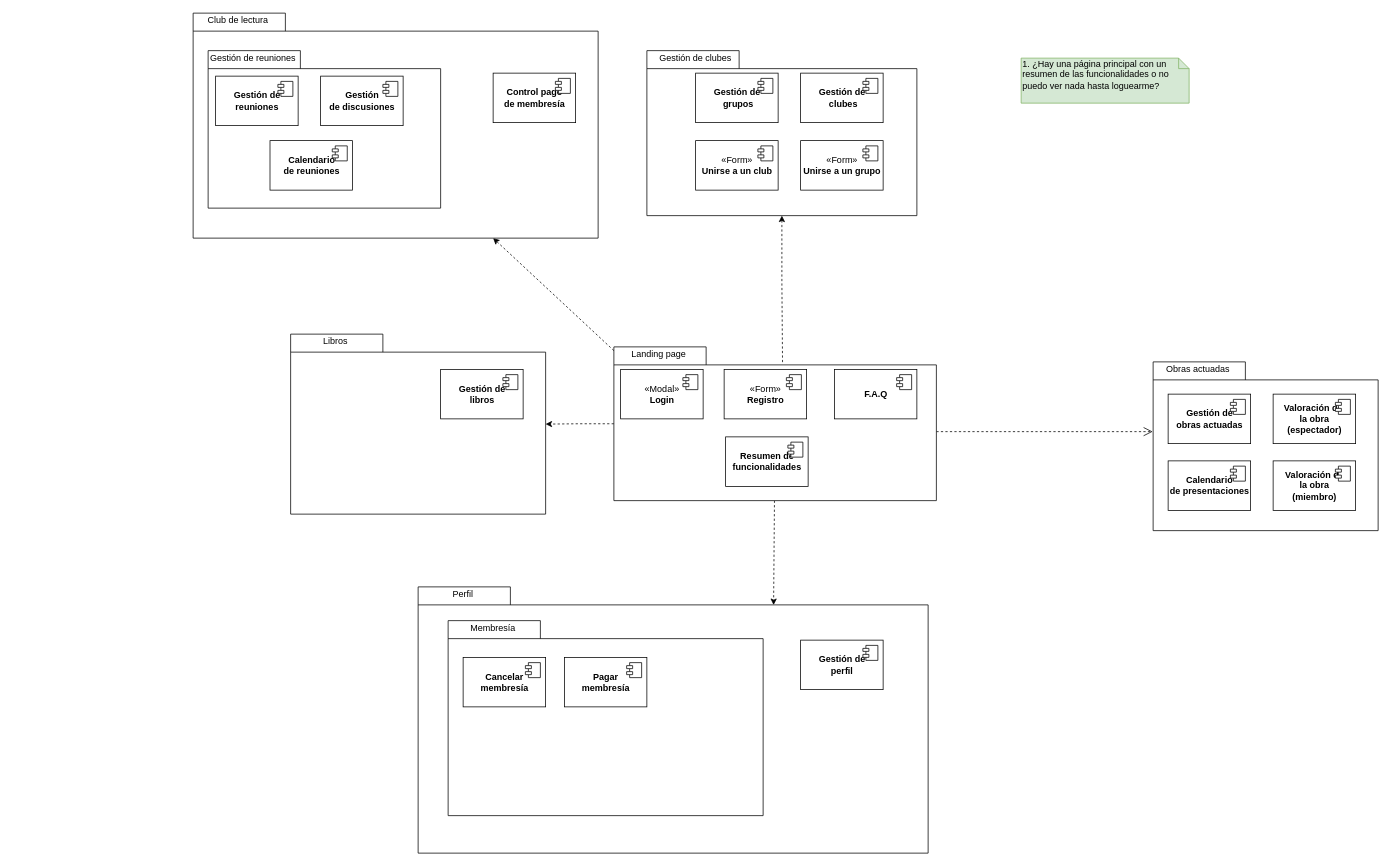
This is DB I/RC Components.drawio from NeutronBlast/IS-Ex, a draw.io file, before an edit. Source tidied: cells renumbered, new cells numbered last; positions are measured from the earlier drawing's top-left corner, leaving out a move shared by most shapes. Both pictures are drawn from the tidied source at 75%, with x=0, y=0 at pixel (193, 13).
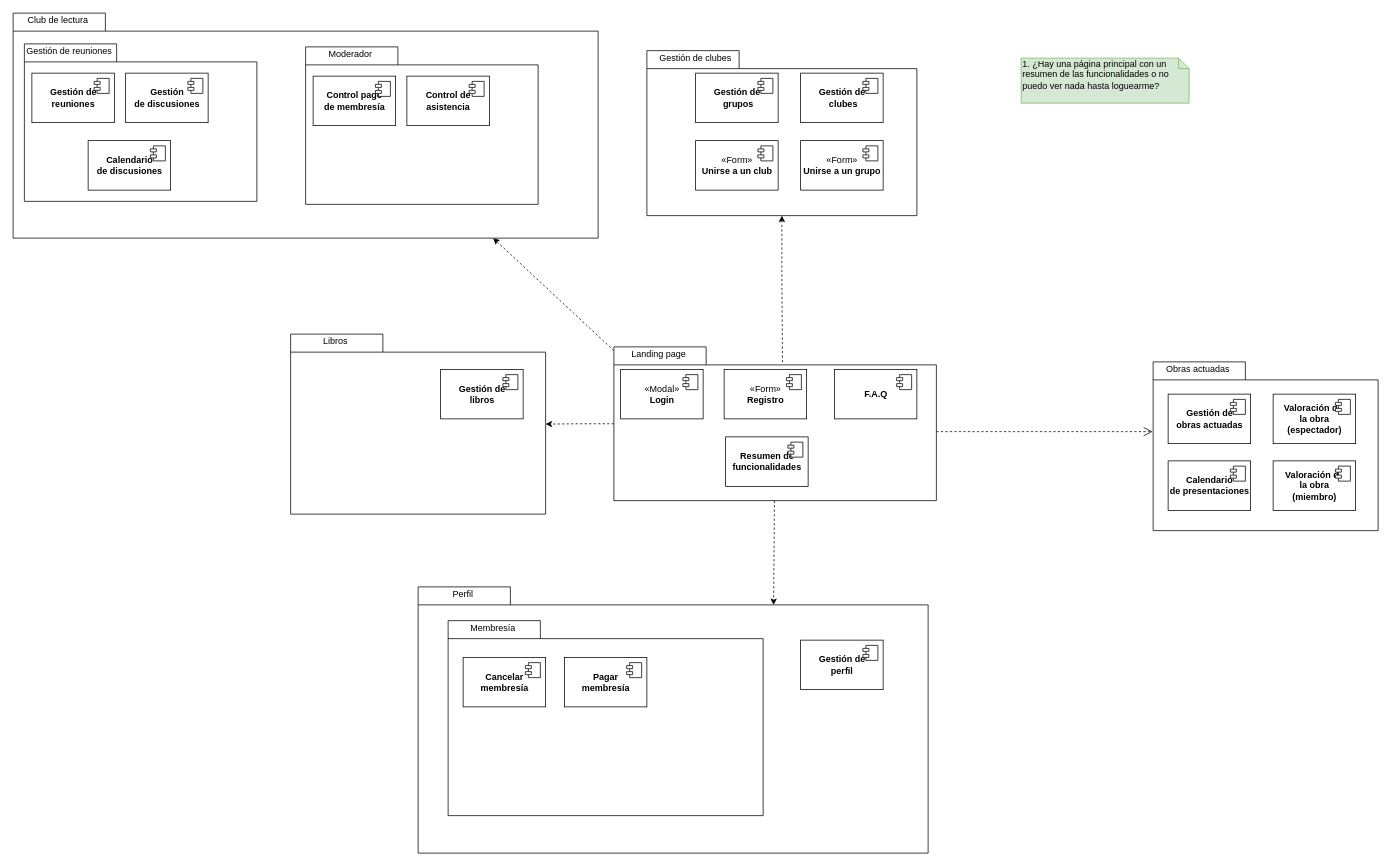
Above is the later version.

Commit message:
otra vez maelo ruiz

The edit, as a diff of the source:
```diff
@@
     <mxCell id="52" style="shape=folder;fontStyle=1;spacingTop=10;tabWidth=123;tabHeight=24;tabPosition=left;html=1;rounded=0;shadow=0;comic=0;labelBackgroundColor=none;strokeColor=#000000;strokeWidth=1;fillColor=#ffffff;fontFamily=Verdana;fontSize=10;fontColor=#000000;align=center;" parent="1" vertex="1">
-      <mxGeometry width="540" height="300" as="geometry" />
+      <mxGeometry x="-240" width="780" height="300" as="geometry" />
     </mxCell>
     <mxCell id="53" value="Club de lectura" style="text;html=1;strokeColor=none;fillColor=none;align=center;verticalAlign=middle;whiteSpace=wrap;rounded=0;" parent="1" vertex="1">
-      <mxGeometry width="120" height="20" as="geometry" />
+      <mxGeometry x="-240" width="120" height="20" as="geometry" />
     </mxCell>
     <mxCell id="54" style="shape=folder;fontStyle=1;spacingTop=10;tabWidth=123;tabHeight=24;tabPosition=left;html=1;rounded=0;shadow=0;comic=0;labelBackgroundColor=none;strokeColor=#000000;strokeWidth=1;fillColor=#ffffff;fontFamily=Verdana;fontSize=10;fontColor=#000000;align=center;" parent="1" vertex="1">
-      <mxGeometry x="20" y="50" width="310" height="210" as="geometry" />
+      <mxGeometry x="-225" y="41" width="310" height="210" as="geometry" />
     </mxCell>
     <mxCell id="55" value="Gestión de reuniones" style="text;html=1;strokeColor=none;fillColor=none;align=center;verticalAlign=middle;whiteSpace=wrap;rounded=0;" parent="1" vertex="1">
-      <mxGeometry x="20" y="50" width="120" height="20" as="geometry" />
+      <mxGeometry x="-225" y="41" width="120" height="20" as="geometry" />
     </mxCell>
     <mxCell id="56" value="&lt;b&gt;Gestión de &lt;br&gt;reuniones&lt;/b&gt;" style="html=1;" parent="1" vertex="1">
-      <mxGeometry x="30" y="84" width="110" height="66" as="geometry" />
+      <mxGeometry x="-215" y="80" width="110" height="66" as="geometry" />
     </mxCell>
@@
     <mxCell id="58" value="&lt;b&gt;Gestión &lt;br&gt;de discusiones&lt;/b&gt;" style="html=1;" parent="1" vertex="1">
-      <mxGeometry x="170" y="84" width="110" height="66" as="geometry" />
+      <mxGeometry x="-90" y="80" width="110" height="66" as="geometry" />
     </mxCell>
@@
-    <mxCell id="60" value="&lt;b&gt;Control pago &lt;br&gt;de membresía&lt;/b&gt;" style="html=1;" parent="1" vertex="1">
-      <mxGeometry x="400" y="80" width="110" height="66" as="geometry" />
-    </mxCell>
-    <mxCell id="61" style="shape=component;jettyWidth=8;jettyHeight=4;" parent="60" vertex="1">
-      <mxGeometry x="1" width="20" height="20" relative="1" as="geometry">
-        <mxPoint x="-27" y="7" as="offset" />
-      </mxGeometry>
-    </mxCell>
-    <mxCell id="62" value="&lt;b&gt;Calendario &lt;br&gt;de reuniones&lt;/b&gt;" style="html=1;" parent="1" vertex="1">
-      <mxGeometry x="102.5" y="170" width="110" height="66" as="geometry" />
+    <mxCell id="62" value="&lt;b&gt;Calendario &lt;br&gt;de discusiones&lt;/b&gt;" style="html=1;" parent="1" vertex="1">
+      <mxGeometry x="-140" y="170" width="110" height="66" as="geometry" />
     </mxCell>
@@
+    <mxCell id="64" style="shape=folder;fontStyle=1;spacingTop=10;tabWidth=123;tabHeight=24;tabPosition=left;html=1;rounded=0;shadow=0;comic=0;labelBackgroundColor=none;strokeColor=#000000;strokeWidth=1;fillColor=#ffffff;fontFamily=Verdana;fontSize=10;fontColor=#000000;align=center;" parent="1" vertex="1">
+      <mxGeometry x="150" y="45" width="310" height="210" as="geometry" />
+    </mxCell>
+    <mxCell id="65" value="Moderador" style="text;html=1;strokeColor=none;fillColor=none;align=center;verticalAlign=middle;whiteSpace=wrap;rounded=0;" parent="1" vertex="1">
+      <mxGeometry x="150" y="45" width="120" height="20" as="geometry" />
+    </mxCell>
+    <mxCell id="60" value="&lt;b&gt;Control pago &lt;br&gt;de membresía&lt;/b&gt;" style="html=1;" parent="1" vertex="1">
+      <mxGeometry x="160" y="84" width="110" height="66" as="geometry" />
+    </mxCell>
+    <mxCell id="66" style="shape=component;jettyWidth=8;jettyHeight=4;" parent="60" vertex="1">
+      <mxGeometry x="1" width="20" height="20" relative="1" as="geometry">
+        <mxPoint x="-27" y="7" as="offset" />
+      </mxGeometry>
+    </mxCell>
+    <mxCell id="67" value="&lt;b&gt;Control de &lt;br&gt;asistencia&lt;/b&gt;" style="html=1;" parent="1" vertex="1">
+      <mxGeometry x="285" y="84" width="110" height="66" as="geometry" />
+    </mxCell>
+    <mxCell id="68" style="shape=component;jettyWidth=8;jettyHeight=4;" parent="67" vertex="1">
+      <mxGeometry x="1" width="20" height="20" relative="1" as="geometry">
+        <mxPoint x="-27" y="7" as="offset" />
+      </mxGeometry>
+    </mxCell>
```
